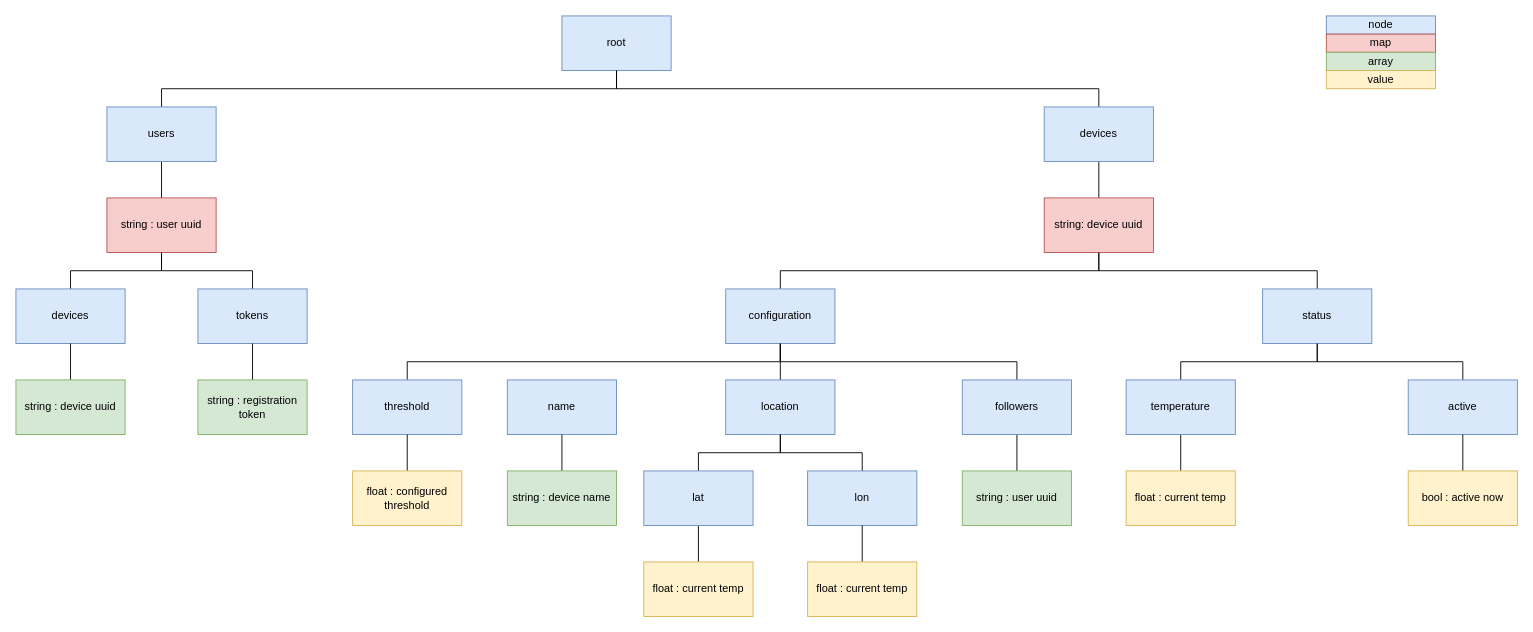
aortizgu/thermosmart keeps this draw.io diagram as design/datamodel.drawio. Above is the earlier version. Source tidied: cells renumbered, new cells numbered last; positions are measured from the earlier drawing's top-left corner, leaving out a move shared by most shapes. Both pictures are drawn from the tidied source at 91%, with x=0, y=0 at pixel (15, 15).
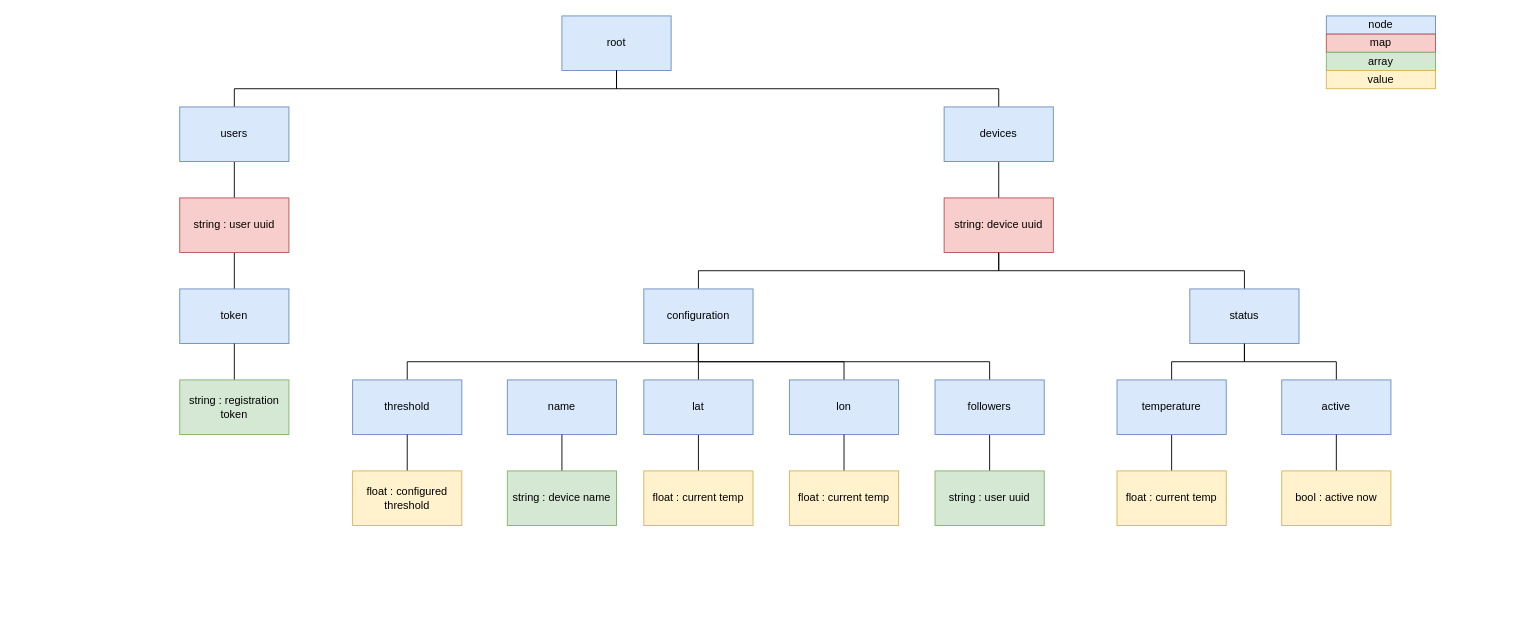
After the change.

Change to the diagram source:
```diff
@@
     <mxCell id="5" value="string : user uuid" style="rounded=0;whiteSpace=wrap;html=1;fillColor=#f8cecc;strokeColor=#b85450;" parent="1" vertex="1">
-      <mxGeometry x="100" y="200" width="120" height="60" as="geometry" />
+      <mxGeometry x="180" y="200" width="120" height="60" as="geometry" />
     </mxCell>
@@
     <mxCell id="8" value="string: device uuid" style="rounded=0;whiteSpace=wrap;html=1;fillColor=#f8cecc;strokeColor=#b85450;" parent="1" vertex="1">
-      <mxGeometry x="1130" y="200" width="120" height="60" as="geometry" />
+      <mxGeometry x="1020" y="200" width="120" height="60" as="geometry" />
     </mxCell>
@@
     <mxCell id="10" value="configuration" style="rounded=0;whiteSpace=wrap;html=1;fillColor=#dae8fc;strokeColor=#6c8ebf;" parent="1" vertex="1">
-      <mxGeometry x="780" y="300" width="120" height="60" as="geometry" />
+      <mxGeometry x="690" y="300" width="120" height="60" as="geometry" />
     </mxCell>
@@
-    <mxCell id="12" value="tokens" style="rounded=0;whiteSpace=wrap;html=1;fillColor=#dae8fc;strokeColor=#6c8ebf;" parent="1" vertex="1">
-      <mxGeometry x="200" y="300" width="120" height="60" as="geometry" />
+    <mxCell id="12" value="token" style="rounded=0;whiteSpace=wrap;html=1;fillColor=#dae8fc;strokeColor=#6c8ebf;" parent="1" vertex="1">
+      <mxGeometry x="180" y="300" width="120" height="60" as="geometry" />
     </mxCell>
@@
     <mxCell id="16" value="status" style="rounded=0;whiteSpace=wrap;html=1;fillColor=#dae8fc;strokeColor=#6c8ebf;" parent="1" vertex="1">
-      <mxGeometry x="1370" y="300" width="120" height="60" as="geometry" />
+      <mxGeometry x="1290" y="300" width="120" height="60" as="geometry" />
     </mxCell>
@@
     <mxCell id="19" value="followers" style="rounded=0;whiteSpace=wrap;html=1;fillColor=#dae8fc;strokeColor=#6c8ebf;" parent="1" vertex="1">
-      <mxGeometry x="1040" y="400" width="120" height="60" as="geometry" />
+      <mxGeometry x="1010" y="400" width="120" height="60" as="geometry" />
     </mxCell>
@@
     <mxCell id="21" value="temperature" style="rounded=0;whiteSpace=wrap;html=1;fillColor=#dae8fc;strokeColor=#6c8ebf;" parent="1" vertex="1">
-      <mxGeometry x="1220" y="400" width="120" height="60" as="geometry" />
+      <mxGeometry x="1210" y="400" width="120" height="60" as="geometry" />
     </mxCell>
@@
     <mxCell id="23" value="active" style="rounded=0;whiteSpace=wrap;html=1;fillColor=#dae8fc;strokeColor=#6c8ebf;" parent="1" vertex="1">
-      <mxGeometry x="1530" y="400" width="120" height="60" as="geometry" />
+      <mxGeometry x="1391" y="400" width="120" height="60" as="geometry" />
     </mxCell>
@@
     <mxCell id="28" value="users" style="rounded=0;whiteSpace=wrap;html=1;fillColor=#dae8fc;strokeColor=#6c8ebf;" parent="1" vertex="1">
-      <mxGeometry x="100" y="100" width="120" height="60" as="geometry" />
+      <mxGeometry x="180" y="100" width="120" height="60" as="geometry" />
     </mxCell>
@@
     <mxCell id="30" value="string : registration token" style="rounded=0;whiteSpace=wrap;html=1;fillColor=#d5e8d4;strokeColor=#82b366;" parent="1" vertex="1">
-      <mxGeometry x="200" y="400" width="120" height="60" as="geometry" />
+      <mxGeometry x="180" y="400" width="120" height="60" as="geometry" />
     </mxCell>
@@
     <mxCell id="33" value="string : user uuid" style="rounded=0;whiteSpace=wrap;html=1;fillColor=#d5e8d4;strokeColor=#82b366;" parent="1" vertex="1">
-      <mxGeometry x="1040" y="500" width="120" height="60" as="geometry" />
+      <mxGeometry x="1010" y="500" width="120" height="60" as="geometry" />
     </mxCell>
     <mxCell id="34" value="float : current temp" style="rounded=0;whiteSpace=wrap;html=1;fillColor=#fff2cc;strokeColor=#d6b656;" parent="1" vertex="1">
-      <mxGeometry x="1220" y="500" width="120" height="60" as="geometry" />
+      <mxGeometry x="1210" y="500" width="120" height="60" as="geometry" />
     </mxCell>
@@
     <mxCell id="37" value="bool : active now" style="rounded=0;whiteSpace=wrap;html=1;fillColor=#fff2cc;strokeColor=#d6b656;" parent="1" vertex="1">
-      <mxGeometry x="1530" y="500" width="120" height="60" as="geometry" />
+      <mxGeometry x="1391" y="500" width="120" height="60" as="geometry" />
     </mxCell>
@@
     <mxCell id="39" value="devices" style="rounded=0;whiteSpace=wrap;html=1;fillColor=#dae8fc;strokeColor=#6c8ebf;" parent="1" vertex="1">
-      <mxGeometry x="1130" y="100" width="120" height="60" as="geometry" />
+      <mxGeometry x="1020" y="100" width="120" height="60" as="geometry" />
     </mxCell>
@@
-    <mxCell id="47" style="edgeStyle=orthogonalEdgeStyle;rounded=0;jettySize=auto;html=1;exitX=0.5;exitY=0;exitDx=0;exitDy=0;entryX=0.5;entryY=1;entryDx=0;entryDy=0;endArrow=none;endFill=0;" parent="1" edge="1" source="48" target="10">
-      <mxGeometry relative="1" as="geometry" />
-    </mxCell>
-    <mxCell id="48" value="location" style="rounded=0;whiteSpace=wrap;html=1;fillColor=#dae8fc;strokeColor=#6c8ebf;" parent="1" vertex="1">
-      <mxGeometry x="780" y="400" width="120" height="60" as="geometry" />
-    </mxCell>
-    <mxCell id="49" style="edgeStyle=orthogonalEdgeStyle;rounded=0;jettySize=auto;html=1;exitX=0.5;exitY=0;exitDx=0;exitDy=0;entryX=0.5;entryY=1;entryDx=0;entryDy=0;endArrow=none;endFill=0;" parent="1" edge="1" source="50" target="48">
+    <mxCell id="49" style="edgeStyle=orthogonalEdgeStyle;rounded=0;jettySize=auto;html=1;exitX=0.5;exitY=0;exitDx=0;exitDy=0;entryX=0.5;entryY=1;entryDx=0;entryDy=0;endArrow=none;endFill=0;" parent="1" edge="1" source="50" target="10">
       <mxGeometry relative="1" as="geometry" />
     </mxCell>
     <mxCell id="50" value="lon" style="rounded=0;whiteSpace=wrap;html=1;fillColor=#dae8fc;strokeColor=#6c8ebf;" parent="1" vertex="1">
-      <mxGeometry x="870" y="500" width="120" height="60" as="geometry" />
+      <mxGeometry x="850" y="400" width="120" height="60" as="geometry" />
     </mxCell>
-    <mxCell id="51" style="edgeStyle=orthogonalEdgeStyle;rounded=0;jettySize=auto;html=1;exitX=0.5;exitY=0;exitDx=0;exitDy=0;entryX=0.5;entryY=1;entryDx=0;entryDy=0;endArrow=none;endFill=0;" parent="1" edge="1" source="53" target="48">
+    <mxCell id="51" style="edgeStyle=orthogonalEdgeStyle;rounded=0;jettySize=auto;html=1;exitX=0.5;exitY=0;exitDx=0;exitDy=0;endArrow=none;endFill=0;entryX=0.5;entryY=1;entryDx=0;entryDy=0;" parent="1" edge="1" source="53" target="10">
       <mxGeometry relative="1" as="geometry" />
     </mxCell>
@@
     <mxCell id="53" value="lat" style="rounded=0;whiteSpace=wrap;html=1;fillColor=#dae8fc;strokeColor=#6c8ebf;" parent="1" vertex="1">
-      <mxGeometry x="690" y="500" width="120" height="60" as="geometry" />
+      <mxGeometry x="690" y="400" width="120" height="60" as="geometry" />
     </mxCell>
     <mxCell id="54" value="float : current temp" style="rounded=0;whiteSpace=wrap;html=1;fillColor=#fff2cc;strokeColor=#d6b656;" parent="1" vertex="1">
-      <mxGeometry x="690" y="600" width="120" height="60" as="geometry" />
+      <mxGeometry x="690" y="500" width="120" height="60" as="geometry" />
     </mxCell>
@@
     <mxCell id="56" value="float : current temp" style="rounded=0;whiteSpace=wrap;html=1;fillColor=#fff2cc;strokeColor=#d6b656;" parent="1" vertex="1">
-      <mxGeometry x="870" y="600" width="120" height="60" as="geometry" />
+      <mxGeometry x="850" y="500" width="120" height="60" as="geometry" />
     </mxCell>
-    <mxCell id="57" style="edgeStyle=orthogonalEdgeStyle;rounded=0;jettySize=auto;html=1;exitX=0.5;exitY=0;exitDx=0;exitDy=0;endArrow=none;endFill=0;" parent="1" edge="1" source="58" target="5">
-      <mxGeometry relative="1" as="geometry" />
-    </mxCell>
-    <mxCell id="58" value="devices" style="rounded=0;whiteSpace=wrap;html=1;fillColor=#dae8fc;strokeColor=#6c8ebf;" parent="1" vertex="1">
-      <mxGeometry y="300" width="120" height="60" as="geometry" />
-    </mxCell>
-    <mxCell id="59" style="edgeStyle=orthogonalEdgeStyle;rounded=0;jettySize=auto;html=1;exitX=0.5;exitY=0;exitDx=0;exitDy=0;entryX=0.5;entryY=1;entryDx=0;entryDy=0;endArrow=none;endFill=0;" parent="1" edge="1" source="60" target="58">
-      <mxGeometry relative="1" as="geometry" />
-    </mxCell>
-    <mxCell id="60" value="string : device uuid" style="rounded=0;whiteSpace=wrap;html=1;fillColor=#d5e8d4;strokeColor=#82b366;" parent="1" vertex="1">
-      <mxGeometry y="400" width="120" height="60" as="geometry" />
-    </mxCell>
```
